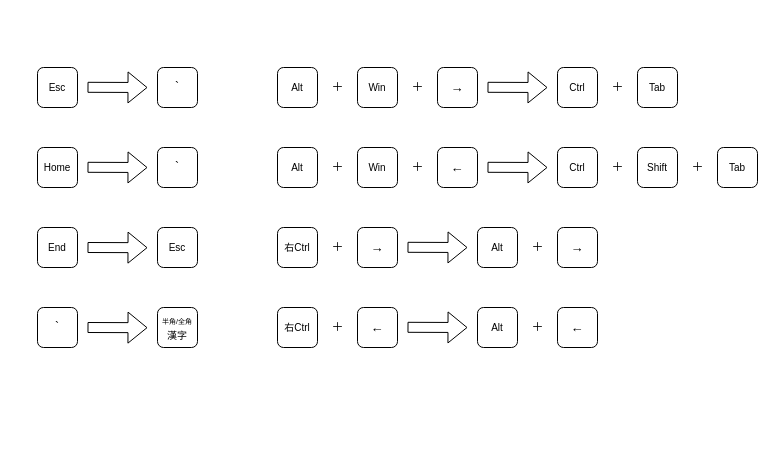
This is keymap-win/keymap-win.drawio from tj-999-comp/tj-keyboard-configuration, a draw.io file, before an edit. Source tidied: cells renumbered, new cells numbered last; positions are measured from the earlier drawing's top-left corner, leaving out a move shared by most shapes. Both pictures are drawn from the tidied source at 100%, with x=0, y=0 at pixel (37, 67).
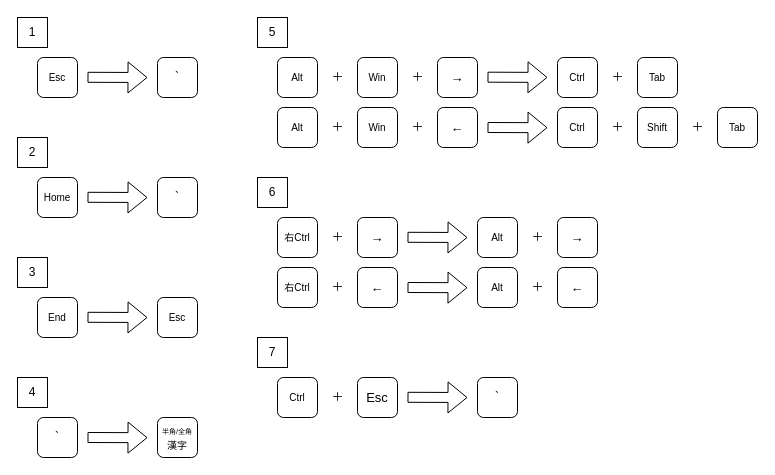
After the change.

Commit message (it also covers changes not shown here):
Refine: keymap-win images

The edit, as a diff of the source:
```diff
@@
     <mxCell id="2" style="group;" parent="1" vertex="1">
-      <mxGeometry width="160" height="40" as="geometry" />
+      <mxGeometry y="-10" width="160" height="40" as="geometry" />
     </mxCell>
@@
-    <mxCell id="4" style="shape=flexArrow;endArrow=classic;html=1;" parent="2" edge="1">
+    <mxCell id="4" style="shape=flexArrow;endArrow=classic;html=1;fillColor=default;" parent="2" edge="1">
       <mxGeometry relative="1" as="geometry">
         <mxPoint x="50" y="19.8" as="sourcePoint" />
         <mxPoint x="110" y="20" as="targetPoint" />
       </mxGeometry>
     </mxCell>
@@
     <mxCell id="6" style="group;" parent="1" vertex="1">
-      <mxGeometry y="80" width="160" height="40" as="geometry" />
+      <mxGeometry y="110" width="160" height="40" as="geometry" />
     </mxCell>
@@
-    <mxCell id="8" style="shape=flexArrow;endArrow=classic;html=1;" parent="6" edge="1">
+    <mxCell id="8" style="shape=flexArrow;endArrow=classic;html=1;fillColor=default;" parent="6" edge="1">
       <mxGeometry relative="1" as="geometry">
         <mxPoint x="50" y="19.8" as="sourcePoint" />
         <mxPoint x="110" y="20" as="targetPoint" />
       </mxGeometry>
     </mxCell>
@@
-    <mxCell id="10" style="group;" parent="1" vertex="1">
-      <mxGeometry y="160" width="160" height="40" as="geometry" />
-    </mxCell>
-    <mxCell id="11" style="shape=flexArrow;endArrow=classic;html=1;" parent="10" edge="1">
-      <mxGeometry relative="1" as="geometry">
-        <mxPoint x="50" y="20" as="sourcePoint" />
-        <mxPoint x="110" y="20.2" as="targetPoint" />
-      </mxGeometry>
-    </mxCell>
-    <mxCell id="12" value="End" style="rounded=1;whiteSpace=wrap;html=1;fontSize=10;" parent="10" vertex="1">
-      <mxGeometry width="40" height="40" as="geometry" />
-    </mxCell>
-    <mxCell id="13" value="Esc" style="rounded=1;whiteSpace=wrap;html=1;fontSize=10;" parent="10" vertex="1">
-      <mxGeometry x="120" width="40" height="40" as="geometry" />
-    </mxCell>
     <mxCell id="14" style="group;" parent="1" vertex="1">
-      <mxGeometry y="240" width="160" height="40" as="geometry" />
+      <mxGeometry y="350" width="160" height="40" as="geometry" />
     </mxCell>
@@
-    <mxCell id="17" style="shape=flexArrow;endArrow=classic;html=1;" parent="14" edge="1">
-      <mxGeometry relative="1" as="geometry">
-        <mxPoint x="50" y="20" as="sourcePoint" />
-        <mxPoint x="110" y="20.2" as="targetPoint" />
-      </mxGeometry>
-    </mxCell>
+    <mxCell id="56" style="shape=flexArrow;endArrow=classic;html=1;fillColor=default;" parent="14" edge="1">
+      <mxGeometry relative="1" as="geometry">
+        <mxPoint x="50" y="20" as="sourcePoint" />
+        <mxPoint x="110" y="20.2" as="targetPoint" />
+      </mxGeometry>
+    </mxCell>
     <mxCell id="18" style="group;" parent="1" vertex="1">
-      <mxGeometry x="240" width="400" height="40" as="geometry" />
+      <mxGeometry x="240" y="-10" width="400" height="40" as="geometry" />
     </mxCell>
@@
-    <mxCell id="20" style="shape=flexArrow;endArrow=classic;html=1;" parent="18" edge="1">
-      <mxGeometry relative="1" as="geometry">
-        <mxPoint x="210" y="19.8" as="sourcePoint" />
-        <mxPoint x="270" y="20" as="targetPoint" />
-      </mxGeometry>
-    </mxCell>
@@
+    <mxCell id="57" style="shape=flexArrow;endArrow=classic;html=1;fillColor=default;" parent="18" edge="1">
+      <mxGeometry relative="1" as="geometry">
+        <mxPoint x="210" y="19.7" as="sourcePoint" />
+        <mxPoint x="270" y="19.9" as="targetPoint" />
+      </mxGeometry>
+    </mxCell>
     <mxCell id="28" style="group;" parent="1" vertex="1">
-      <mxGeometry x="240" y="80" width="480" height="40" as="geometry" />
+      <mxGeometry x="240" y="40" width="480" height="40" as="geometry" />
     </mxCell>
@@
-    <mxCell id="30" style="shape=flexArrow;endArrow=classic;html=1;" parent="28" edge="1">
-      <mxGeometry relative="1" as="geometry">
-        <mxPoint x="210" y="19.8" as="sourcePoint" />
-        <mxPoint x="270" y="20" as="targetPoint" />
-      </mxGeometry>
-    </mxCell>
@@
+    <mxCell id="58" style="shape=flexArrow;endArrow=classic;html=1;fillColor=default;" parent="28" edge="1">
+      <mxGeometry relative="1" as="geometry">
+        <mxPoint x="210" y="20" as="sourcePoint" />
+        <mxPoint x="270" y="20.2" as="targetPoint" />
+      </mxGeometry>
+    </mxCell>
     <mxCell id="40" style="group;" parent="1" vertex="1">
-      <mxGeometry x="240" y="160" width="320" height="40" as="geometry" />
+      <mxGeometry x="240" y="150" width="320" height="40" as="geometry" />
     </mxCell>
@@
-    <mxCell id="42" style="shape=flexArrow;endArrow=classic;html=1;" parent="40" edge="1">
-      <mxGeometry relative="1" as="geometry">
-        <mxPoint x="130" y="19.8" as="sourcePoint" />
-        <mxPoint x="190" y="20" as="targetPoint" />
-      </mxGeometry>
-    </mxCell>
@@
+    <mxCell id="59" style="shape=flexArrow;endArrow=classic;html=1;fillColor=default;" parent="40" edge="1">
+      <mxGeometry relative="1" as="geometry">
+        <mxPoint x="130" y="19.8" as="sourcePoint" />
+        <mxPoint x="190" y="20" as="targetPoint" />
+      </mxGeometry>
+    </mxCell>
     <mxCell id="48" style="group;" parent="1" vertex="1">
-      <mxGeometry x="240" y="240" width="320" height="40" as="geometry" />
+      <mxGeometry x="240" y="200" width="320" height="40" as="geometry" />
     </mxCell>
@@
-    <mxCell id="52" style="shape=flexArrow;endArrow=classic;html=1;" parent="48" edge="1">
-      <mxGeometry relative="1" as="geometry">
-        <mxPoint x="130" y="19.8" as="sourcePoint" />
-        <mxPoint x="190" y="20" as="targetPoint" />
-      </mxGeometry>
-    </mxCell>
@@
+    <mxCell id="60" style="shape=flexArrow;endArrow=classic;html=1;fillColor=default;" parent="48" edge="1">
+      <mxGeometry relative="1" as="geometry">
+        <mxPoint x="130" y="20" as="sourcePoint" />
+        <mxPoint x="190" y="20.2" as="targetPoint" />
+      </mxGeometry>
+    </mxCell>
+    <mxCell id="61" style="group;" parent="1" vertex="1">
+      <mxGeometry y="230" width="160" height="40" as="geometry" />
+    </mxCell>
+    <mxCell id="12" value="End" style="rounded=1;whiteSpace=wrap;html=1;fontSize=10;" parent="61" vertex="1">
+      <mxGeometry width="40" height="40" as="geometry" />
+    </mxCell>
+    <mxCell id="13" value="Esc" style="rounded=1;whiteSpace=wrap;html=1;fontSize=10;" parent="61" vertex="1">
+      <mxGeometry x="120" width="40" height="40" as="geometry" />
+    </mxCell>
+    <mxCell id="62" style="shape=flexArrow;endArrow=classic;html=1;fillColor=default;" parent="61" edge="1">
+      <mxGeometry relative="1" as="geometry">
+        <mxPoint x="50" y="19.8" as="sourcePoint" />
+        <mxPoint x="110" y="20" as="targetPoint" />
+      </mxGeometry>
+    </mxCell>
+    <mxCell id="63" style="group;" parent="1" vertex="1">
+      <mxGeometry x="240" y="310" width="240" height="40" as="geometry" />
+    </mxCell>
+    <mxCell id="64" value="Ctrl" style="rounded=1;whiteSpace=wrap;html=1;fontSize=10;" parent="63" vertex="1">
+      <mxGeometry width="40" height="40" as="geometry" />
+    </mxCell>
+    <mxCell id="65" value="＋" style="text;html=1;align=center;verticalAlign=middle;strokeColor=none;fillColor=none;" parent="63" vertex="1">
+      <mxGeometry x="40" y="5" width="40" height="30" as="geometry" />
+    </mxCell>
+    <mxCell id="66" value="&lt;span style=&quot;font-weight: normal;&quot;&gt;Esc&lt;/span&gt;" style="rounded=1;whiteSpace=wrap;html=1;fontSize=13;fontStyle=1;verticalAlign=middle;" parent="63" vertex="1">
+      <mxGeometry x="80" width="40" height="40" as="geometry" />
+    </mxCell>
+    <mxCell id="67" style="shape=flexArrow;endArrow=classic;html=1;fillColor=default;" parent="63" edge="1">
+      <mxGeometry relative="1" as="geometry">
+        <mxPoint x="130" y="19.8" as="sourcePoint" />
+        <mxPoint x="190" y="20" as="targetPoint" />
+      </mxGeometry>
+    </mxCell>
+    <mxCell id="68" value="`" style="rounded=1;whiteSpace=wrap;html=1;" parent="63" vertex="1">
+      <mxGeometry x="200" width="40" height="40" as="geometry" />
+    </mxCell>
+    <mxCell id="69" value="1" style="rounded=0;whiteSpace=wrap;html=1;" parent="1" vertex="1">
+      <mxGeometry x="-20" y="-50" width="30" height="30" as="geometry" />
+    </mxCell>
+    <mxCell id="70" value="2" style="rounded=0;whiteSpace=wrap;html=1;" parent="1" vertex="1">
+      <mxGeometry x="-20" y="70" width="30" height="30" as="geometry" />
+    </mxCell>
+    <mxCell id="71" value="3" style="rounded=0;whiteSpace=wrap;html=1;" parent="1" vertex="1">
+      <mxGeometry x="-20" y="190" width="30" height="30" as="geometry" />
+    </mxCell>
+    <mxCell id="72" value="4" style="rounded=0;whiteSpace=wrap;html=1;" parent="1" vertex="1">
+      <mxGeometry x="-20" y="310" width="30" height="30" as="geometry" />
+    </mxCell>
+    <mxCell id="73" value="5" style="rounded=0;whiteSpace=wrap;html=1;" parent="1" vertex="1">
+      <mxGeometry x="220" y="-50" width="30" height="30" as="geometry" />
+    </mxCell>
+    <mxCell id="74" value="6" style="rounded=0;whiteSpace=wrap;html=1;" parent="1" vertex="1">
+      <mxGeometry x="220" y="110" width="30" height="30" as="geometry" />
+    </mxCell>
+    <mxCell id="75" value="7" style="rounded=0;whiteSpace=wrap;html=1;" parent="1" vertex="1">
+      <mxGeometry x="220" y="270" width="30" height="30" as="geometry" />
+    </mxCell>
```
